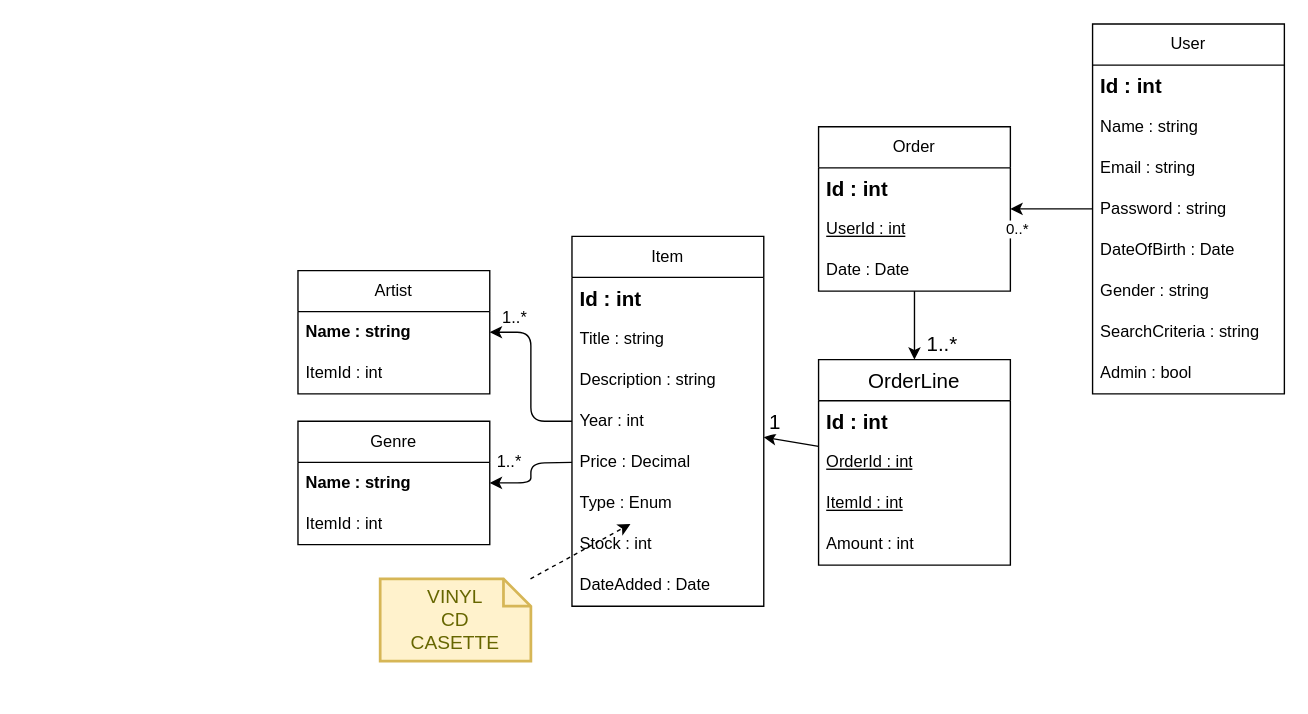
Before: diagrams/ERD.drawio in JochemGrootherder/educom-webshop-runtime-records, a draw.io diagram. Source tidied: cells renumbered, new cells numbered last; positions are measured from the earlier drawing's top-left corner, leaving out a move shared by most shapes. Both pictures are drawn from the tidied source at 137%, with x=0, y=0 at pixel (297, 23).
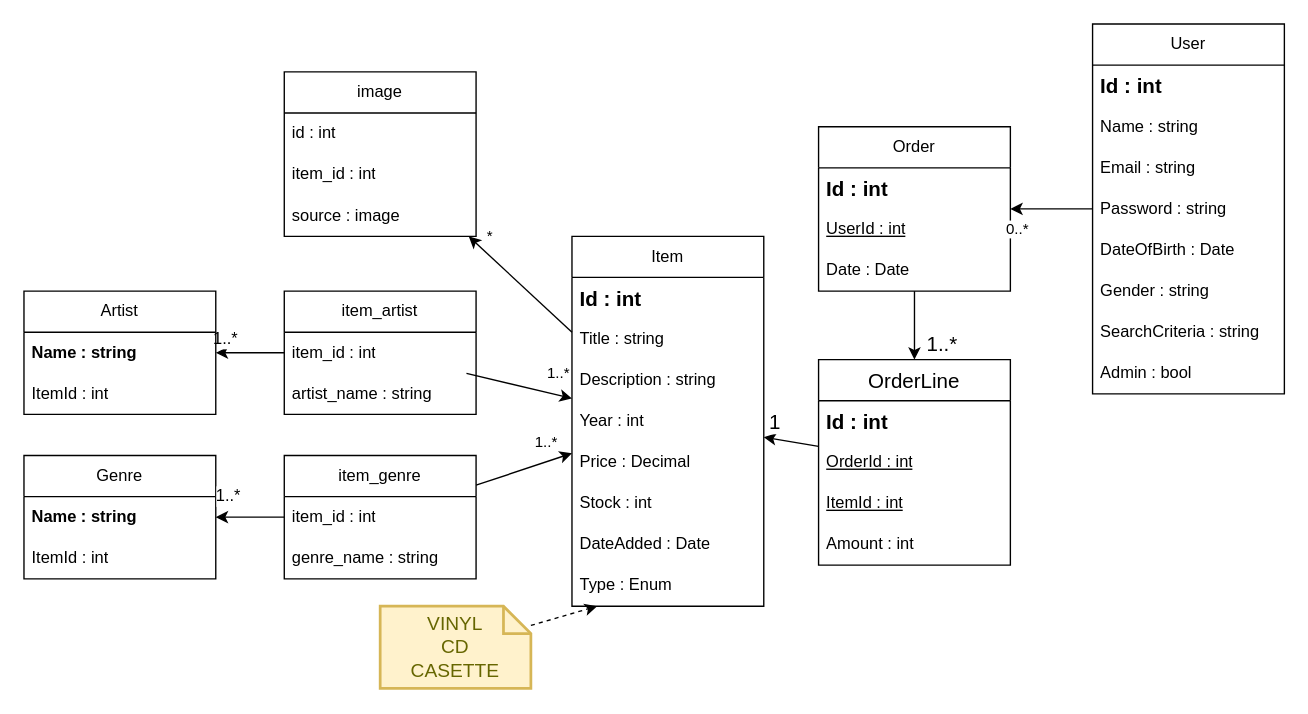
The same diagram, later.

The change refers to these unchanged cells:
```xml
<mxCell id="3" value="Item" style="swimlane;fontStyle=0;horizontal=1;startSize=30;whiteSpace=wrap;html=1;" parent="1" vertex="1">
  <mxGeometry x="200" y="155" width="140" height="270" as="geometry" />
</mxCell>
```

Change to the diagram source:
```diff
@@
-    <mxCell id="2" value="1..*" style="edgeStyle=orthogonalEdgeStyle;html=1;fontSize=12;" parent="1" edge="1" source="3" target="35">
+    <mxCell id="2" value="1..*" style="edgeStyle=orthogonalEdgeStyle;html=1;fontSize=12;" parent="1" edge="1" source="43" target="35">
       <mxGeometry x="0.69" y="-10" relative="1" as="geometry">
         <mxPoint x="-1" as="offset" />
       </mxGeometry>
     </mxCell>
+    <mxCell id="42" value="*" style="edgeStyle=none;html=1;" parent="1" edge="1" source="3" target="51">
+      <mxGeometry x="0.78" y="-10" relative="1" as="geometry">
+        <mxPoint x="1" as="offset" />
+      </mxGeometry>
+    </mxCell>
@@
-    <mxCell id="9" value="Type : Enum" style="text;strokeColor=none;fillColor=none;align=left;verticalAlign=middle;spacingLeft=4;spacingRight=4;overflow=hidden;points=[[0,0.5],[1,0.5]];portConstraint=eastwest;whiteSpace=wrap;html=1;" parent="3" vertex="1">
-      <mxGeometry y="180" width="140" height="30" as="geometry" />
-    </mxCell>
     <mxCell id="10" value="Stock : int" style="text;strokeColor=none;fillColor=none;align=left;verticalAlign=middle;spacingLeft=4;spacingRight=4;overflow=hidden;whiteSpace=wrap;html=1;" parent="3" vertex="1">
-      <mxGeometry y="210" width="140" height="30" as="geometry" />
+      <mxGeometry y="180" width="140" height="30" as="geometry" />
     </mxCell>
     <mxCell id="11" value="DateAdded : Date" style="text;strokeColor=none;fillColor=none;align=left;verticalAlign=middle;spacingLeft=4;spacingRight=4;overflow=hidden;whiteSpace=wrap;html=1;" parent="3" vertex="1">
-      <mxGeometry y="240" width="140" height="30" as="geometry" />
+      <mxGeometry y="210" width="140" height="30" as="geometry" />
     </mxCell>
+    <mxCell id="9" value="Type : Enum" style="text;strokeColor=none;fillColor=none;align=left;verticalAlign=middle;spacingLeft=4;spacingRight=4;overflow=hidden;points=[[0,0.5],[1,0.5]];portConstraint=eastwest;whiteSpace=wrap;html=1;" parent="3" vertex="1">
+      <mxGeometry y="240" width="140" height="30" as="geometry" />
+    </mxCell>
@@
     <mxCell id="34" value="VINYL&lt;br&gt;CD&lt;br&gt;CASETTE" style="shape=note;strokeWidth=2;fontSize=14;size=20;whiteSpace=wrap;html=1;fillColor=#fff2cc;strokeColor=#d6b656;fontColor=#666600;" parent="1" vertex="1">
-      <mxGeometry x="60" y="405" width="110" height="60" as="geometry" />
+      <mxGeometry x="60" y="425" width="110" height="60" as="geometry" />
     </mxCell>
     <mxCell id="35" value="Artist" style="swimlane;fontStyle=0;horizontal=1;startSize=30;whiteSpace=wrap;html=1;fontSize=12;" parent="1" vertex="1">
-      <mxGeometry y="180" width="140" height="90" as="geometry" />
+      <mxGeometry x="-200" y="195" width="140" height="90" as="geometry" />
     </mxCell>
@@
     <mxCell id="38" value="Genre" style="swimlane;fontStyle=0;horizontal=1;startSize=30;whiteSpace=wrap;html=1;fontSize=12;" parent="1" vertex="1">
-      <mxGeometry y="290" width="140" height="90" as="geometry" />
+      <mxGeometry x="-200" y="315" width="140" height="90" as="geometry" />
     </mxCell>
@@
-    <mxCell id="41" value="1..*" style="edgeStyle=orthogonalEdgeStyle;html=1;fontSize=12;" parent="1" edge="1" target="38">
+    <mxCell id="41" value="1..*" style="edgeStyle=orthogonalEdgeStyle;html=1;fontSize=12;" parent="1" edge="1" source="47" target="38">
       <mxGeometry x="0.67" y="-15" relative="1" as="geometry">
-        <mxPoint x="200" y="320" as="sourcePoint" />
         <mxPoint x="1" as="offset" />
       </mxGeometry>
     </mxCell>
+    <mxCell id="43" value="item_artist" style="swimlane;fontStyle=0;horizontal=1;startSize=30;whiteSpace=wrap;html=1;" parent="1" vertex="1">
+      <mxGeometry x="-10" y="195" width="140" height="90" as="geometry" />
+    </mxCell>
+    <mxCell id="44" value="item_id : int" style="text;strokeColor=none;fillColor=none;align=left;verticalAlign=middle;spacingLeft=4;spacingRight=4;overflow=hidden;points=[[0,0.5],[1,0.5]];portConstraint=eastwest;whiteSpace=wrap;html=1;" parent="43" vertex="1">
+      <mxGeometry y="30" width="140" height="30" as="geometry" />
+    </mxCell>
+    <mxCell id="45" value="artist_name : string" style="text;strokeColor=none;fillColor=none;align=left;verticalAlign=middle;spacingLeft=4;spacingRight=4;overflow=hidden;whiteSpace=wrap;html=1;" parent="43" vertex="1">
+      <mxGeometry y="60" width="140" height="30" as="geometry" />
+    </mxCell>
+    <mxCell id="46" value="1..*" style="edgeStyle=none;html=1;" parent="1" edge="1" source="47" target="3">
+      <mxGeometry x="0.56" y="14" relative="1" as="geometry" />
+    </mxCell>
+    <mxCell id="47" value="item_genre" style="swimlane;fontStyle=0;horizontal=1;startSize=30;whiteSpace=wrap;html=1;" parent="1" vertex="1">
+      <mxGeometry x="-10" y="315" width="140" height="90" as="geometry" />
+    </mxCell>
+    <mxCell id="48" value="item_id : int" style="text;strokeColor=none;fillColor=none;align=left;verticalAlign=middle;spacingLeft=4;spacingRight=4;overflow=hidden;whiteSpace=wrap;html=1;" parent="47" vertex="1">
+      <mxGeometry y="30" width="140" height="30" as="geometry" />
+    </mxCell>
+    <mxCell id="49" value="genre_name : string" style="text;strokeColor=none;fillColor=none;align=left;verticalAlign=middle;spacingLeft=4;spacingRight=4;overflow=hidden;whiteSpace=wrap;html=1;" parent="47" vertex="1">
+      <mxGeometry y="60" width="140" height="30" as="geometry" />
+    </mxCell>
+    <mxCell id="50" value="1..*" style="edgeStyle=none;html=1;" parent="1" edge="1" source="44" target="3">
+      <mxGeometry x="0.65" y="16" relative="1" as="geometry">
+        <mxPoint y="1" as="offset" />
+      </mxGeometry>
+    </mxCell>
+    <mxCell id="51" value="image" style="swimlane;fontStyle=0;horizontal=1;startSize=30;whiteSpace=wrap;html=1;" parent="1" vertex="1">
+      <mxGeometry x="-10" y="35" width="140" height="120" as="geometry" />
+    </mxCell>
+    <mxCell id="52" value="id : int" style="text;strokeColor=none;fillColor=none;align=left;verticalAlign=middle;spacingLeft=4;spacingRight=4;overflow=hidden;whiteSpace=wrap;html=1;" parent="51" vertex="1">
+      <mxGeometry y="30" width="140" height="30" as="geometry" />
+    </mxCell>
+    <mxCell id="53" value="item_id : int" style="text;strokeColor=none;fillColor=none;align=left;verticalAlign=middle;spacingLeft=4;spacingRight=4;overflow=hidden;whiteSpace=wrap;html=1;" parent="51" vertex="1">
+      <mxGeometry y="60" width="140" height="30" as="geometry" />
+    </mxCell>
+    <mxCell id="54" value="source : image" style="text;strokeColor=none;fillColor=none;align=left;verticalAlign=middle;spacingLeft=4;spacingRight=4;overflow=hidden;whiteSpace=wrap;html=1;" parent="51" vertex="1">
+      <mxGeometry y="90" width="140" height="30" as="geometry" />
+    </mxCell>
```
